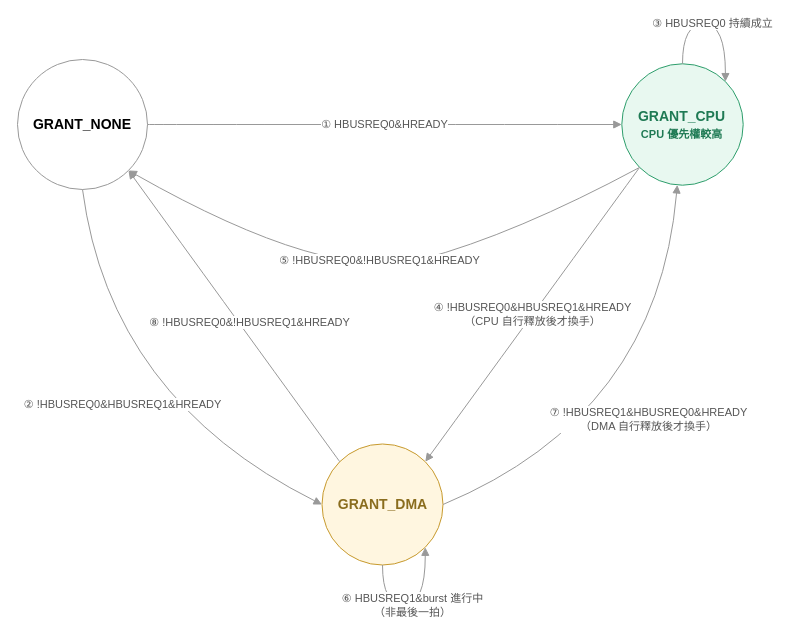
shj-F115112128/SOC_Practice keeps this draw.io diagram as HW1/Upload/ahb_arbiter_fsm.drawio. Above is the earlier version. Source tidied: cells renumbered, new cells numbered last; positions are measured from the earlier drawing's top-left corner, leaving out a move shared by most shapes. Both pictures are drawn from the tidied source at 100%, with x=0, y=0 at pixel (17, 23).
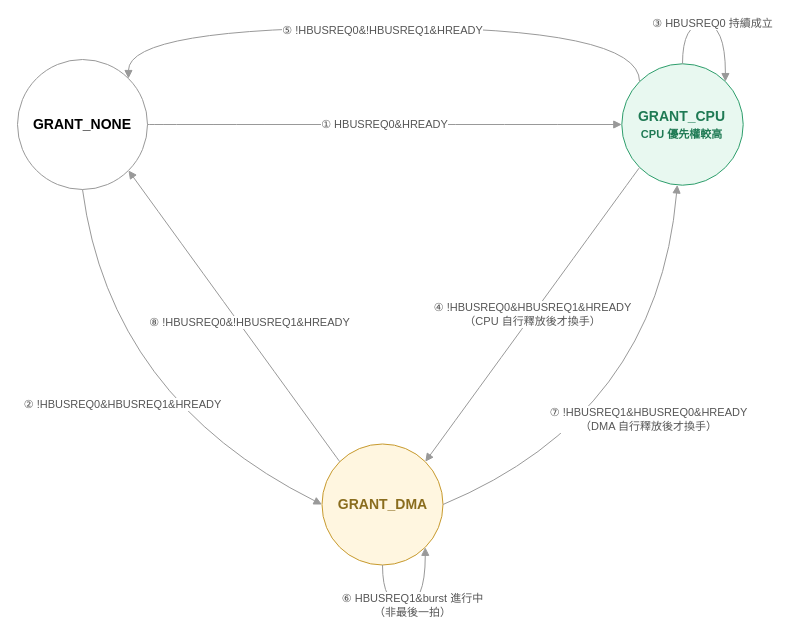
Above is the later version.

The change refers to these unchanged cells:
```xml
<mxCell id="2" value="GRANT_NONE" style="ellipse;whiteSpace=wrap;html=1;fillColor=#FFFFFF;strokeColor=#999999;fontSize=14;fontStyle=1;" parent="1" vertex="1">
  <mxGeometry y="36" width="130" height="130" as="geometry" />
</mxCell>
<mxCell id="3" value="GRANT_CPU&#10;&lt;font style=&quot;font-size:11px&quot; color=&quot;#1F7A54&quot;&gt;CPU 優先權較高&lt;/font&gt;" style="ellipse;whiteSpace=wrap;html=1;fillColor=#E8F8F0;strokeColor=#2E9E6C;fontColor=#1F7A54;fontSize=14;fontStyle=1;" parent="1" vertex="1">
  <mxGeometry x="604.3" y="40.3" width="121.4" height="121.4" as="geometry" />
</mxCell>
```

The edit, as a diff of the source:
```diff
@@
-    <mxCell id="9" value="⑤ !HBUSREQ0&amp;!HBUSREQ1&amp;HREADY" style="curved=1;endArrow=block;html=1;strokeColor=#999999;fontSize=11;fontColor=#555555;exitX=0;exitY=1;exitDx=0;exitDy=0;entryX=1;entryY=1;entryDx=0;entryDy=0;" parent="1" edge="1" source="3" target="2">
-      <mxGeometry x="-0.01" y="-10" relative="1" as="geometry">
+    <mxCell id="9" value="⑤ !HBUSREQ0&amp;!HBUSREQ1&amp;HREADY" style="curved=1;endArrow=block;html=1;strokeColor=#999999;fontSize=11;fontColor=#555555;exitX=0;exitY=0;exitDx=0;exitDy=0;entryX=1;entryY=0;entryDx=0;entryDy=0;edgeStyle=orthogonalEdgeStyle;curveGeometry=1;" parent="1" edge="1" source="3" target="2">
+      <mxGeometry x="0.01" y="3" relative="1" as="geometry">
         <Array as="points">
-          <mxPoint x="497.5" y="210.8" />
-          <mxPoint x="311.5" y="260.7" />
+          <mxPoint x="622.1" y="3.9" />
+          <mxPoint x="111" y="3.9" />
         </Array>
       </mxGeometry>
     </mxCell>
```
